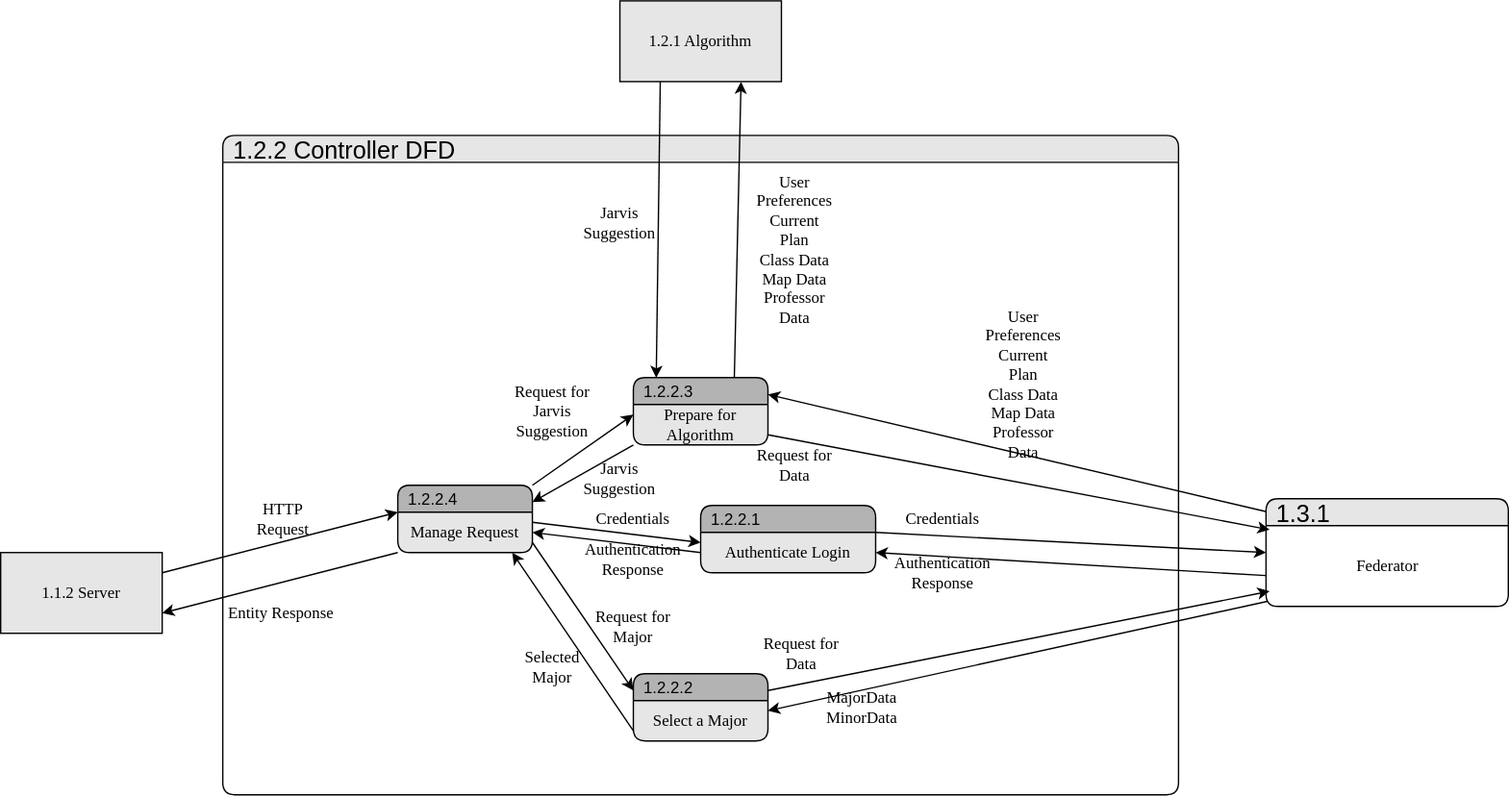
This is TeamTwoFiles/SimpleController_DFD.drawio.svg from MckennahPalmer/CSE430, a draw.io export, as it was before one commit. Source tidied: cells renumbered, new cells last; positions are measured from the earlier drawing's top-left corner, leaving out a move shared by most shapes.
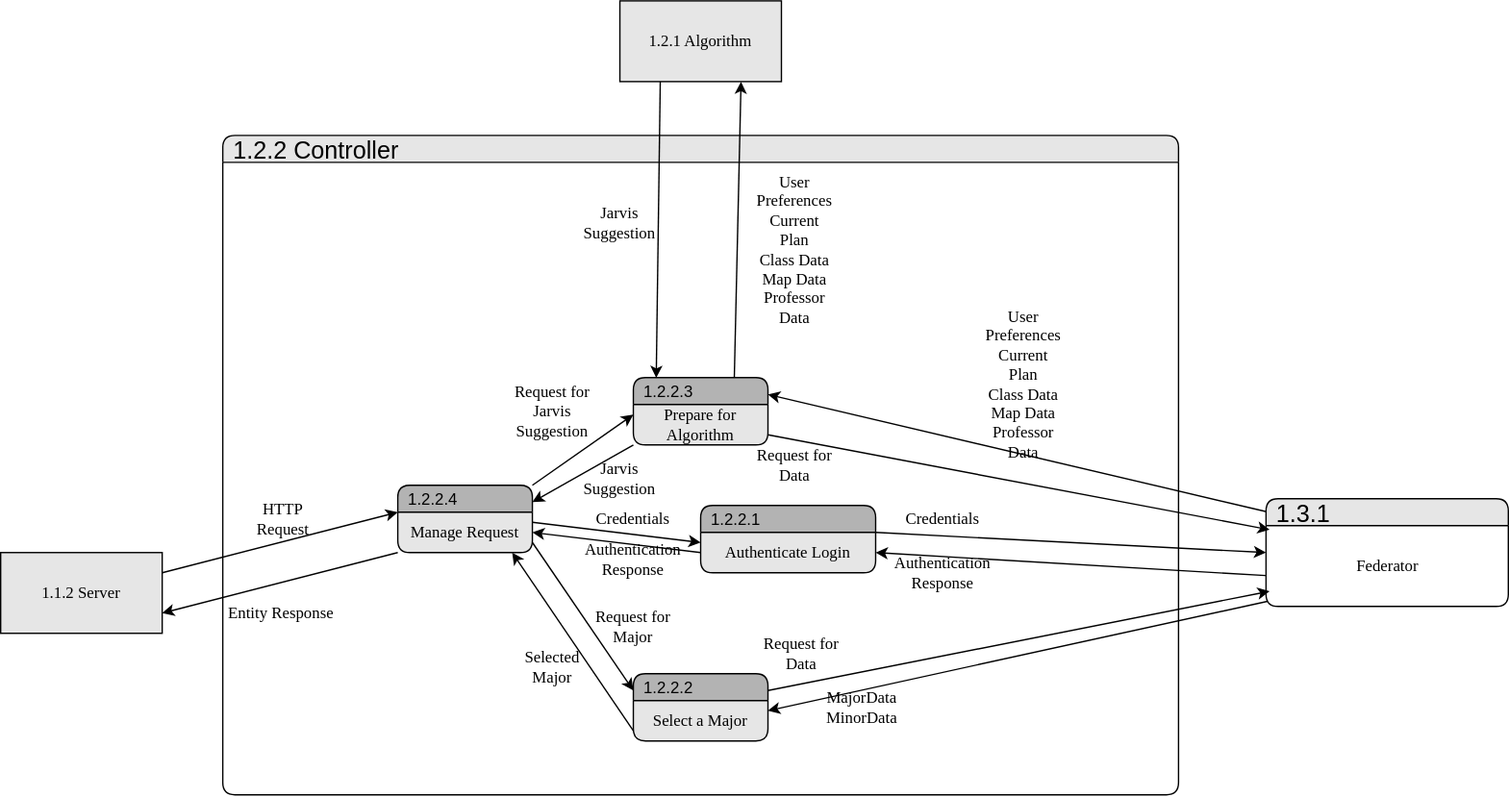
Later version of the same file.

Commit message:
Removed extraneous DFD designation

Change to the diagram source:
```diff
@@ -2,7 +2,7 @@
   <root>
     <mxCell id="0" />
     <mxCell id="1" parent="0" />
-    <mxCell id="2" value="1.2.2 Controller DFD" style="swimlane;fontStyle=0;horizontal=1;startSize=20;fillColor=#E6E6E6;swimlaneFillColor=#FFFFFF;rounded=1;strokeColor=default;align=left;verticalAlign=middle;fontFamily=Helvetica;fontSize=18;fontColor=default;spacingLeft=6;shadow=0;" parent="1" vertex="1">
+    <mxCell id="2" value="1.2.2 Controller" style="swimlane;fontStyle=0;horizontal=1;startSize=20;fillColor=#E6E6E6;swimlaneFillColor=#FFFFFF;rounded=1;strokeColor=default;align=left;verticalAlign=middle;fontFamily=Helvetica;fontSize=18;fontColor=default;spacingLeft=6;shadow=0;" parent="1" vertex="1">
       <mxGeometry x="165" y="100" width="710" height="490" as="geometry" />
     </mxCell>
     <mxCell id="3" style="edgeStyle=none;rounded=0;jettySize=auto;html=1;exitX=0.015;exitY=0.621;exitDx=0;exitDy=0;entryX=1;entryY=0.5;entryDx=0;entryDy=0;exitPerimeter=0;" parent="1" edge="1" source="7" target="11">
```
